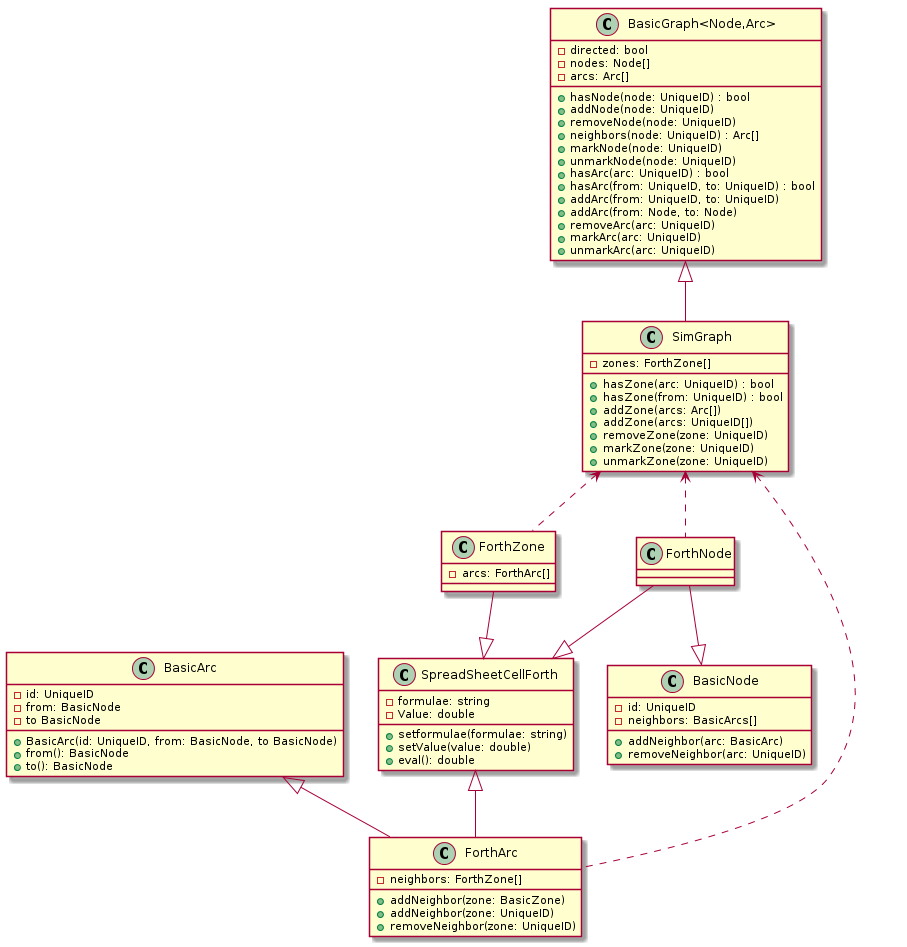
The PlantUML diagram doc/uml/simgraph.png in Lecrapouille/SimTaDyn, before a commit.
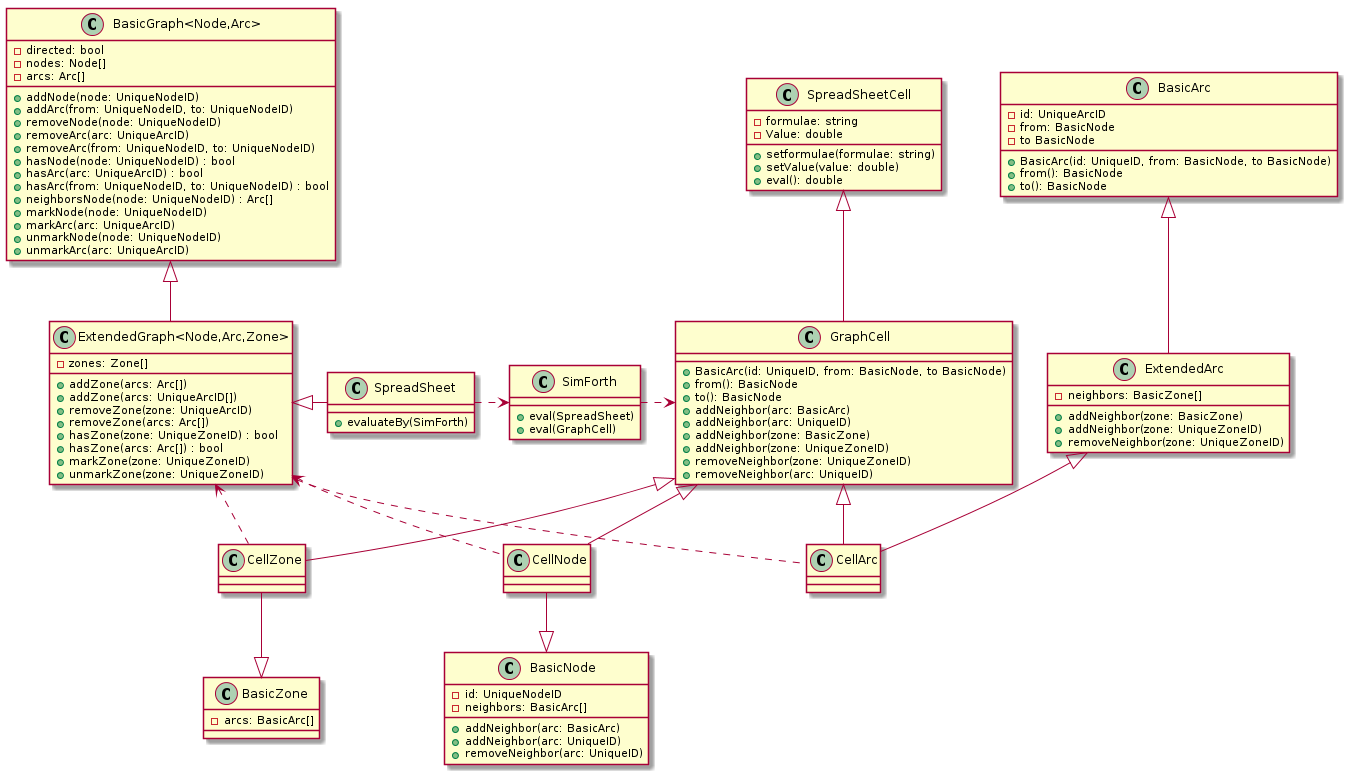
Above is the later version.

What changed in the source:
```diff
@@ -1,6 +1,67 @@
 @startuml
 
-class SpreadSheetCellForth {
+class "BasicGraph<Node,Arc>" as BasicGraph
+class BasicGraph {
+-directed: bool
+-nodes: Node[]
+-arcs: Arc[]
++addNode(node: UniqueNodeID)
++addArc(from: UniqueNodeID, to: UniqueNodeID)
++removeNode(node: UniqueNodeID)
++removeArc(arc: UniqueArcID)
++removeArc(from: UniqueNodeID, to: UniqueNodeID)
++hasNode(node: UniqueNodeID) : bool
++hasArc(arc: UniqueArcID) : bool
++hasArc(from: UniqueNodeID, to: UniqueNodeID) : bool
++neighborsNode(node: UniqueNodeID) : Arc[]
++markNode(node: UniqueNodeID)
++markArc(arc: UniqueArcID)
++unmarkNode(node: UniqueNodeID)
++unmarkArc(arc: UniqueArcID)
+}
+
+class "ExtendedGraph<Node,Arc,Zone>" as ExtendedGraph
+class ExtendedGraph {
+-zones: Zone[]
++addZone(arcs: Arc[])
++addZone(arcs: UniqueArcID[])
++removeZone(zone: UniqueArcID)
++removeZone(arcs: Arc[])
++hasZone(zone: UniqueZoneID) : bool
++hasZone(arcs: Arc[]) : bool
++markZone(zone: UniqueZoneID)
++unmarkZone(zone: UniqueZoneID)
+}
+
+class BasicNode {
+-id: UniqueNodeID
+-neighbors: BasicArc[]
++addNeighbor(arc: BasicArc)
++addNeighbor(arc: UniqueID)
++removeNeighbor(arc: UniqueID)
+}
+
+class BasicArc {
+-id: UniqueArcID
+-from: BasicNode
+-to BasicNode
++BasicArc(id: UniqueID, from: BasicNode, to BasicNode)
++from(): BasicNode
++to(): BasicNode
+}
+
+class ExtendedArc {
+-neighbors: BasicZone[]
++addNeighbor(zone: BasicZone)
++addNeighbor(zone: UniqueZoneID)
++removeNeighbor(zone: UniqueZoneID)
+}
+
+class BasicZone {
+-arcs: BasicArc[]
+}
+
+class SpreadSheetCell {
 -formulae: string
 -Value: double
 +setformulae(formulae: string)
@@ -8,77 +69,43 @@
 +eval(): double
 }
 
-class BasicNode {
--id: UniqueID
--neighbors: BasicArcs[]
+class GraphCell {
++BasicArc(id: UniqueID, from: BasicNode, to BasicNode)
++from(): BasicNode
++to(): BasicNode
 +addNeighbor(arc: BasicArc)
++addNeighbor(arc: UniqueID)
++addNeighbor(zone: BasicZone)
++addNeighbor(zone: UniqueZoneID)
++removeNeighbor(zone: UniqueZoneID)
 +removeNeighbor(arc: UniqueID)
 }
 
-class ForthNode {
+class SpreadSheet {
++evaluateBy(SimForth)
 }
 
-ForthNode --|> SpreadSheetCellForth
-ForthNode --|> BasicNode
-ForthZone --|> SpreadSheetCellForth
-
-class BasicArc {
--id: UniqueID
--from: BasicNode
--to BasicNode
-+BasicArc(id: UniqueID, from: BasicNode, to BasicNode)
-+from(): BasicNode
-+to(): BasicNode
+class SimForth {
++eval(SpreadSheet)
++eval(GraphCell)
 }
 
-class ForthArc {
--neighbors: ForthZone[]
-+addNeighbor(zone: BasicZone)
-+addNeighbor(zone: UniqueID)
-+removeNeighbor(zone: UniqueID)
-}
+SpreadSheetCell <|-- GraphCell
+BasicArc <|-- ExtendedArc
+GraphCell <|-- CellNode
+GraphCell <|-- CellArc
+GraphCell <|-- CellZone
+CellNode --|> BasicNode
+ExtendedArc <|-- CellArc
+CellZone --|> BasicZone
 
-class ForthZone {
--arcs: ForthArc[]
-}
 
-SpreadSheetCellForth <|-- ForthArc
-BasicArc <|-- ForthArc
-
-class "BasicGraph<Node,Arc>" as BasicGraph
-class BasicGraph {
--directed: bool
--nodes: Node[]
--arcs: Arc[]
-+hasNode(node: UniqueID) : bool
-+addNode(node: UniqueID)
-+removeNode(node: UniqueID)
-+neighbors(node: UniqueID) : Arc[]
-+markNode(node: UniqueID)
-+unmarkNode(node: UniqueID)
-+hasArc(arc: UniqueID) : bool
-+hasArc(from: UniqueID, to: UniqueID) : bool
-+addArc(from: UniqueID, to: UniqueID)
-+addArc(from: Node, to: Node)
-+removeArc(arc: UniqueID)
-+markArc(arc: UniqueID)
-+unmarkArc(arc: UniqueID)
-}
-
-class SimGraph {
--zones: ForthZone[]
-+hasZone(arc: UniqueID) : bool
-+hasZone(from: UniqueID) : bool
-+addZone(arcs: Arc[])
-+addZone(arcs: UniqueID[])
-+removeZone(zone: UniqueID)
-+markZone(zone: UniqueID)
-+unmarkZone(zone: UniqueID)
-}
-
-BasicGraph <|-- SimGraph
-SimGraph <.. ForthArc
-SimGraph <.. ForthNode
-SimGraph <.. ForthZone
+BasicGraph <|-- ExtendedGraph
+ExtendedGraph <|- SpreadSheet
+SpreadSheet .> SimForth
+SimForth .> GraphCell
+ExtendedGraph <.. CellArc
+ExtendedGraph <.. CellNode
+ExtendedGraph <.. CellZone
 
 @enduml
```
